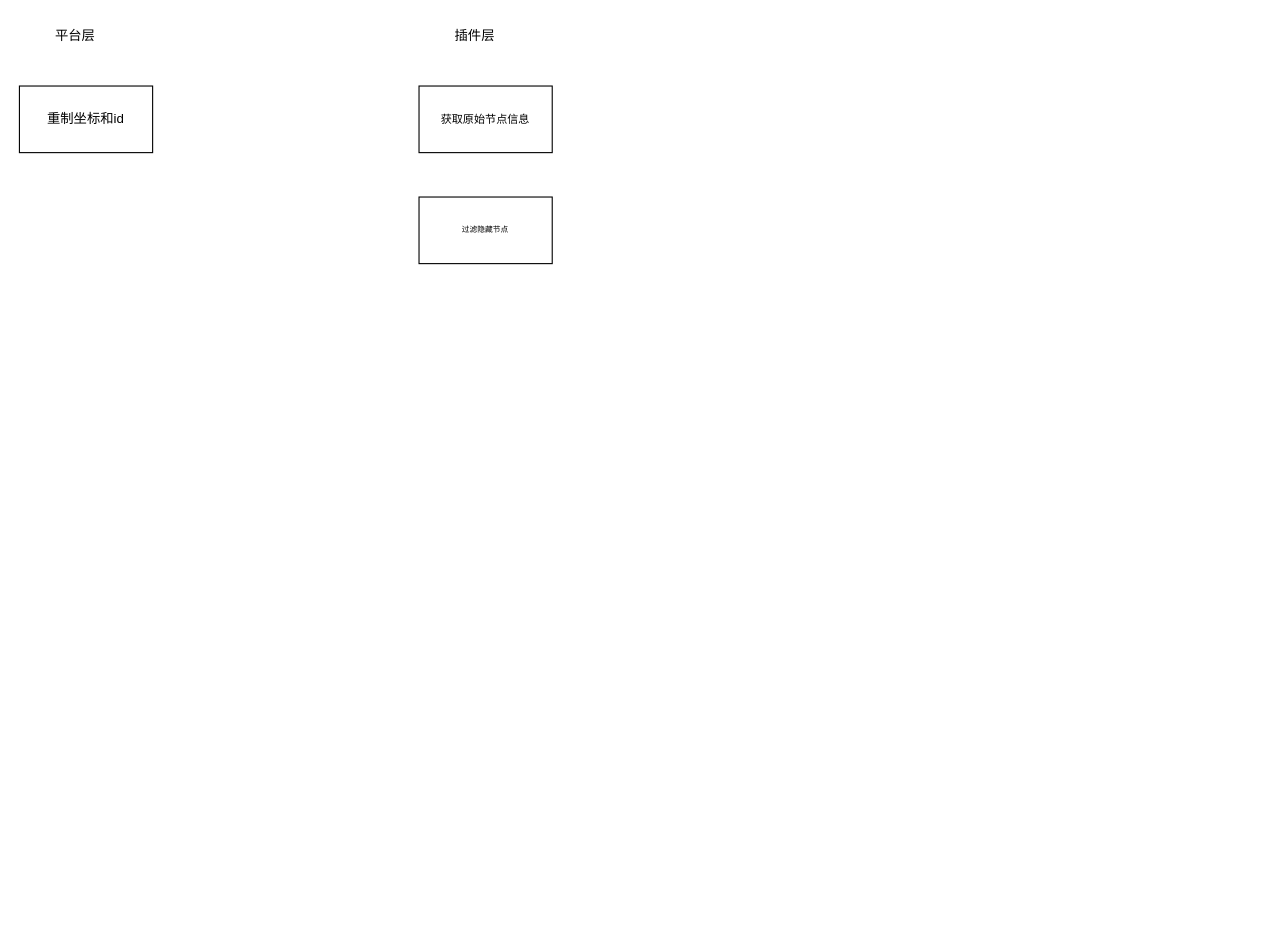
This is page "D2C" (15 of 15) of static/ppt.drawio from maoliang2271/bigpipe-demo, a draw.io file, before an edit. Source tidied: cells renumbered, new cells numbered last; positions are measured from the earlier drawing's top-left corner, leaving out a move shared by most shapes. Both pictures are drawn from the tidied source at 111%, with x=0, y=0 at pixel (19, 19).
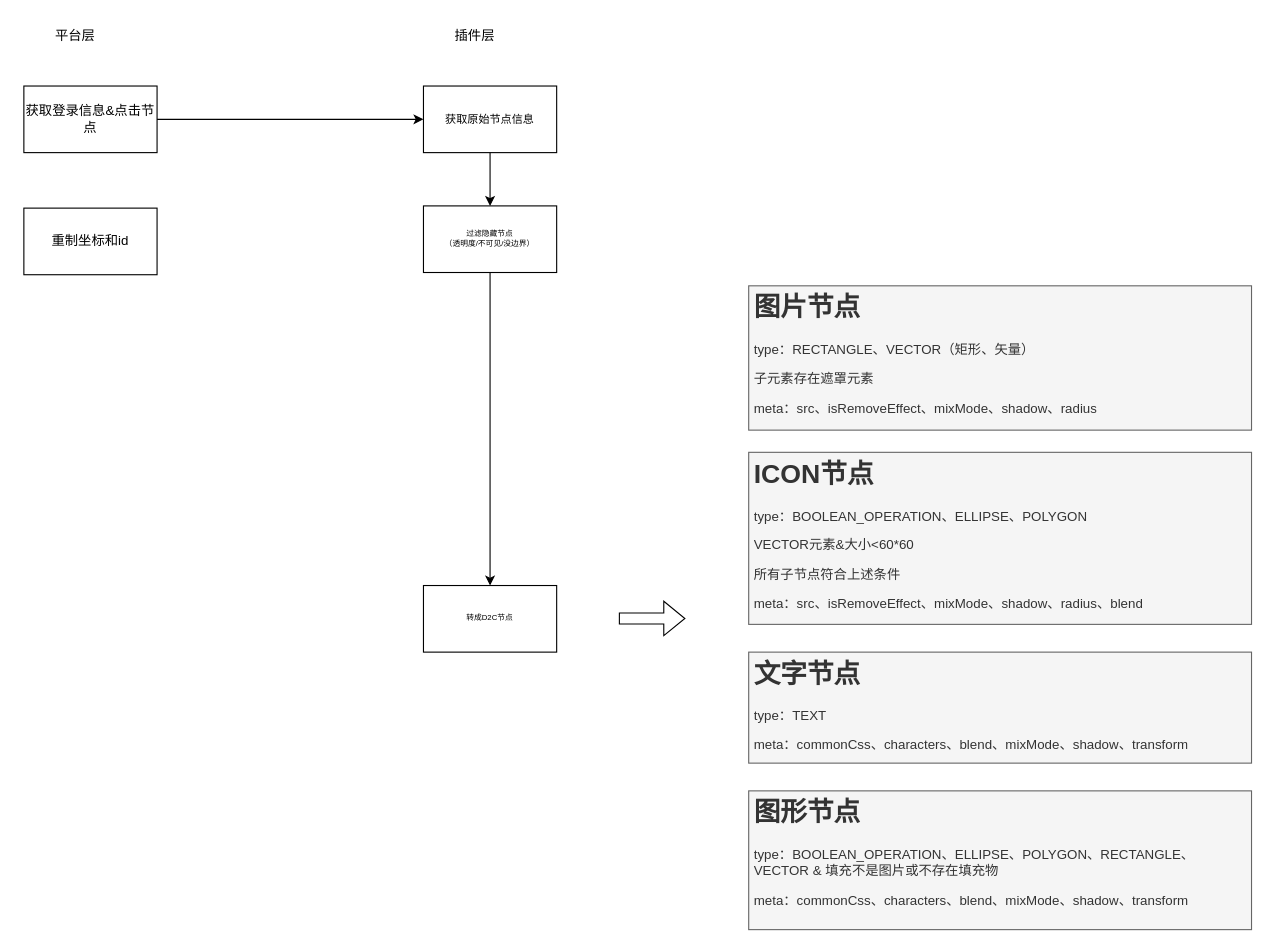
The same page after the edit.

Diff of the diagram source:
```diff
@@
 <mxGraphModel>
   <root>
     <mxCell id="0" />
     <mxCell id="1" parent="0" />
     <mxCell id="2" value="插件层" style="text;html=1;align=center;verticalAlign=middle;strokeColor=none;fillColor=none;" parent="1" vertex="1">
       <mxGeometry x="380" width="60" height="30" as="geometry" />
     </mxCell>
     <mxCell id="3" value="平台层" style="text;html=1;align=center;verticalAlign=middle;strokeColor=none;fillColor=none;" parent="1" vertex="1">
       <mxGeometry x="20" width="60" height="30" as="geometry" />
     </mxCell>
     <mxCell id="4" value="获取原始节点信息" style="whiteSpace=wrap;html=1;fontSize=10;" parent="1" vertex="1">
-      <mxGeometry x="360" y="60" width="120" height="60" as="geometry" />
+      <mxGeometry x="364" y="60" width="120" height="60" as="geometry" />
     </mxCell>
-    <mxCell id="5" value="过滤隐藏节点" style="whiteSpace=wrap;html=1;fontSize=7;" parent="1" vertex="1">
-      <mxGeometry x="360" y="160" width="120" height="60" as="geometry" />
+    <mxCell id="5" value="过滤隐藏节点&lt;br&gt;（透明度/不可见/没边界）" style="whiteSpace=wrap;html=1;fontSize=7;" parent="1" vertex="1">
+      <mxGeometry x="364" y="168" width="120" height="60" as="geometry" />
     </mxCell>
     <mxCell id="6" value="重制坐标和id" style="rounded=0;whiteSpace=wrap;html=1;" parent="1" vertex="1">
-      <mxGeometry y="60" width="120" height="60" as="geometry" />
+      <mxGeometry x="4" y="170" width="120" height="60" as="geometry" />
     </mxCell>
+    <mxCell id="7" value="获取登录信息&amp;amp;点击节点" style="rounded=0;whiteSpace=wrap;html=1;" parent="1" vertex="1">
+      <mxGeometry x="4" y="60" width="120" height="60" as="geometry" />
+    </mxCell>
+    <mxCell id="8" style="endArrow=classic;html=1;rounded=0;exitX=1;exitY=0.5;exitDx=0;exitDy=0;" parent="1" edge="1" source="7" target="4">
+      <mxGeometry relative="1" as="geometry" />
+    </mxCell>
+    <mxCell id="9" style="endArrow=classic;html=1;rounded=0;exitX=0.5;exitY=1;exitDx=0;exitDy=0;" parent="1" edge="1" source="4" target="5">
+      <mxGeometry relative="1" as="geometry" />
+    </mxCell>
+    <mxCell id="10" value="转成D2C节点" style="whiteSpace=wrap;html=1;fontSize=7;" parent="1" vertex="1">
+      <mxGeometry x="364" y="510" width="120" height="60" as="geometry" />
+    </mxCell>
+    <mxCell id="11" style="endArrow=classic;html=1;rounded=0;exitX=0.5;exitY=1;exitDx=0;exitDy=0;" parent="1" edge="1" source="5" target="10">
+      <mxGeometry relative="1" as="geometry" />
+    </mxCell>
+    <mxCell id="12" value="&lt;h1&gt;图片节点&lt;/h1&gt;&lt;p&gt;type：RECTANGLE、VECTOR（矩形、矢量）&lt;/p&gt;&lt;p&gt;子元素存在遮罩元素&lt;/p&gt;&lt;p&gt;meta：src、isRemoveEffect、mixMode、shadow、radius&lt;/p&gt;" style="text;html=1;spacing=5;spacingTop=-20;whiteSpace=wrap;overflow=hidden;rounded=0;fillColor=#f5f5f5;fontColor=#333333;strokeColor=#666666;" parent="1" vertex="1">
+      <mxGeometry x="657" y="240" width="453" height="130" as="geometry" />
+    </mxCell>
+    <mxCell id="13" value="&lt;h1&gt;ICON节点&lt;/h1&gt;&lt;p&gt;type：BOOLEAN_OPERATION、ELLIPSE、POLYGON&lt;/p&gt;&lt;p&gt;VECTOR元素&amp;amp;大小&amp;lt;60*60&lt;/p&gt;&lt;p&gt;所有子节点符合上述条件&lt;/p&gt;&lt;p&gt;meta：src、isRemoveEffect、mixMode、shadow、radius、blend&lt;br&gt;&lt;/p&gt;" style="text;html=1;spacing=5;spacingTop=-20;whiteSpace=wrap;overflow=hidden;rounded=0;fillColor=#f5f5f5;fontColor=#333333;strokeColor=#666666;" parent="1" vertex="1">
+      <mxGeometry x="657" y="390" width="453" height="155" as="geometry" />
+    </mxCell>
+    <mxCell id="14" value="&lt;h1&gt;文字节点&lt;/h1&gt;&lt;p&gt;type：TEXT&lt;/p&gt;&lt;p&gt;meta：commonCss、characters、blend、mixMode、shadow、transform&lt;/p&gt;" style="text;html=1;spacing=5;spacingTop=-20;whiteSpace=wrap;overflow=hidden;rounded=0;fillColor=#f5f5f5;fontColor=#333333;strokeColor=#666666;" parent="1" vertex="1">
+      <mxGeometry x="657" y="570" width="453" height="100" as="geometry" />
+    </mxCell>
+    <mxCell id="15" style="shape=flexArrow;endArrow=classic;html=1;rounded=0;" parent="1" edge="1">
+      <mxGeometry relative="1" as="geometry">
+        <mxPoint x="540" y="539.7" as="sourcePoint" />
+        <mxPoint x="600" y="539.7" as="targetPoint" />
+      </mxGeometry>
+    </mxCell>
+    <mxCell id="16" value="&lt;h1&gt;图形节点&lt;/h1&gt;&lt;p&gt;type：BOOLEAN_OPERATION、ELLIPSE、POLYGON、RECTANGLE、VECTOR &amp;amp; 填充不是图片或不存在填充物&lt;/p&gt;&lt;p&gt;meta：commonCss、characters、blend、mixMode、shadow、transform&lt;/p&gt;" style="text;html=1;spacing=5;spacingTop=-20;whiteSpace=wrap;overflow=hidden;rounded=0;fillColor=#f5f5f5;fontColor=#333333;strokeColor=#666666;" parent="1" vertex="1">
+      <mxGeometry x="657" y="695" width="453" height="125" as="geometry" />
+    </mxCell>
   </root>
 </mxGraphModel>
```
